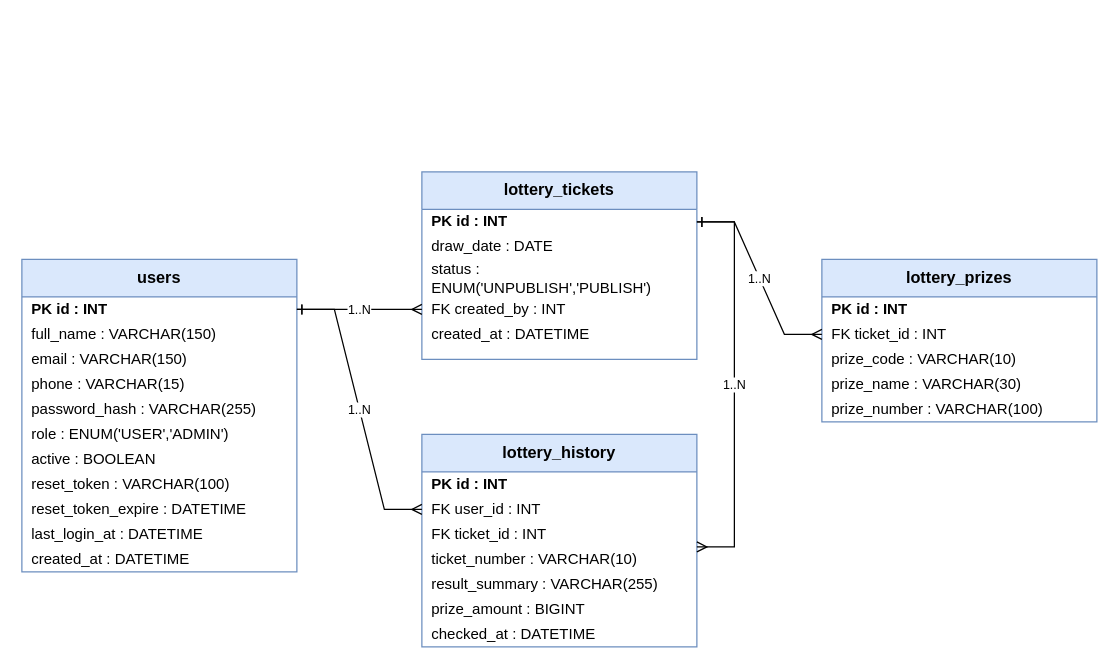
The draw.io diagram Task_04/DucNVFX14814_ERD.drawio in DucNVFX14814/LAB301x_01, before the edit. Source tidied: cells renumbered, new cells numbered last; positions are measured from the earlier drawing's top-left corner, leaving out a move shared by most shapes. Both pictures are drawn from the tidied source at 125%, with x=0, y=0 at pixel (21, 171).
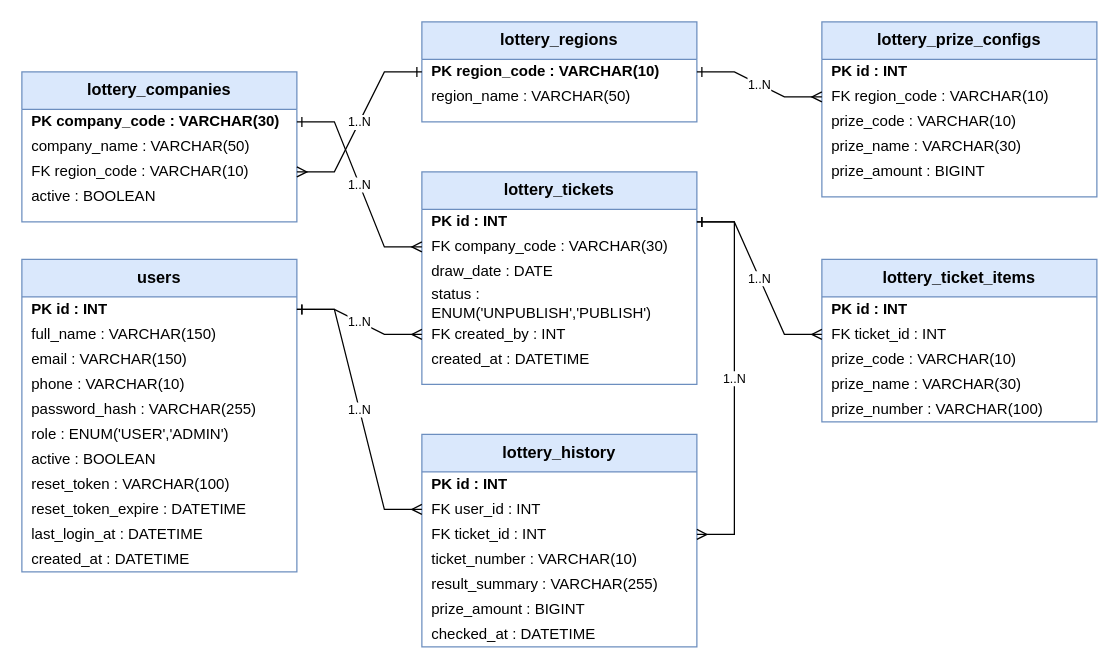
The same page after the edit.

The change refers to these unchanged cells:
```xml
<mxCell id="2" value="users" style="swimlane;fontStyle=1;align=center;verticalAlign=top;horizontal=1;startSize=30;swimlaneFillColor=#ffffff;fillColor=#dae8fc;strokeColor=#6c8ebf;whiteSpace=wrap;html=1;fontSize=13;" parent="1" vertex="1">
  <mxGeometry y="70" width="220" height="250" as="geometry" />
</mxCell>
<mxCell id="15" value="PK  id : INT" style="text;strokeColor=none;fillColor=none;align=left;verticalAlign=middle;spacingLeft=6;fontSize=12;fontStyle=1;html=1;whiteSpace=wrap;" parent="14" vertex="1">
  <mxGeometry y="30" width="220" height="20" as="geometry" />
</mxCell>
<mxCell id="29" value="FK  ticket_id : INT" style="text;strokeColor=none;fillColor=none;align=left;verticalAlign=middle;spacingLeft=6;fontSize=12;fontStyle=0;html=1;whiteSpace=wrap;" parent="26" vertex="1">
  <mxGeometry y="70" width="220" height="20" as="geometry" />
</mxCell>
<mxCell id="30" value="     ticket_number : VARCHAR(10)" style="text;strokeColor=none;fillColor=none;align=left;verticalAlign=middle;spacingLeft=6;fontSize=12;fontStyle=0;html=1;whiteSpace=wrap;" parent="26" vertex="1">
  <mxGeometry y="90" width="220" height="20" as="geometry" />
</mxCell>
```

The edit, as a diff of the source:
```diff
@@
-    <mxCell id="6" value="     phone : VARCHAR(15)" style="text;strokeColor=none;fillColor=none;align=left;verticalAlign=middle;spacingLeft=6;fontSize=12;fontStyle=0;html=1;whiteSpace=wrap;" parent="2" vertex="1">
+    <mxCell id="6" value="     phone : VARCHAR(10)" style="text;strokeColor=none;fillColor=none;align=left;verticalAlign=middle;spacingLeft=6;fontSize=12;fontStyle=0;html=1;whiteSpace=wrap;" parent="2" vertex="1">
       <mxGeometry y="90" width="220" height="20" as="geometry" />
     </mxCell>
@@
     <mxCell id="14" value="lottery_tickets" style="swimlane;fontStyle=1;align=center;verticalAlign=top;horizontal=1;startSize=30;swimlaneFillColor=#ffffff;fillColor=#dae8fc;strokeColor=#6c8ebf;whiteSpace=wrap;html=1;fontSize=13;" parent="1" vertex="1">
-      <mxGeometry x="320" width="220" height="150" as="geometry" />
+      <mxGeometry x="320" width="220" height="170" as="geometry" />
     </mxCell>
@@
+    <mxCell id="38" value="FK  company_code : VARCHAR(30)" style="text;strokeColor=none;fillColor=none;align=left;verticalAlign=middle;spacingLeft=6;fontSize=12;fontStyle=0;html=1;whiteSpace=wrap;" parent="14" vertex="1">
+      <mxGeometry y="50" width="220" height="20" as="geometry" />
+    </mxCell>
     <mxCell id="16" value="     draw_date : DATE" style="text;strokeColor=none;fillColor=none;align=left;verticalAlign=middle;spacingLeft=6;fontSize=12;fontStyle=0;html=1;whiteSpace=wrap;" parent="14" vertex="1">
-      <mxGeometry y="50" width="220" height="20" as="geometry" />
+      <mxGeometry y="70" width="220" height="20" as="geometry" />
     </mxCell>
     <mxCell id="17" value="     status : ENUM('UNPUBLISH','PUBLISH')" style="text;strokeColor=none;fillColor=none;align=left;verticalAlign=middle;spacingLeft=6;fontSize=12;fontStyle=0;html=1;whiteSpace=wrap;" parent="14" vertex="1">
-      <mxGeometry y="70" width="220" height="30" as="geometry" />
+      <mxGeometry y="90" width="220" height="30" as="geometry" />
     </mxCell>
     <mxCell id="18" value="FK  created_by : INT" style="text;strokeColor=none;fillColor=none;align=left;verticalAlign=middle;spacingLeft=6;fontSize=12;fontStyle=0;html=1;whiteSpace=wrap;" parent="14" vertex="1">
-      <mxGeometry y="100" width="220" height="20" as="geometry" />
+      <mxGeometry y="120" width="220" height="20" as="geometry" />
     </mxCell>
     <mxCell id="19" value="     created_at : DATETIME" style="text;strokeColor=none;fillColor=none;align=left;verticalAlign=middle;spacingLeft=6;fontSize=12;fontStyle=0;html=1;whiteSpace=wrap;" parent="14" vertex="1">
-      <mxGeometry y="120" width="220" height="20" as="geometry" />
+      <mxGeometry y="140" width="220" height="20" as="geometry" />
     </mxCell>
-    <mxCell id="20" value="lottery_prizes" style="swimlane;fontStyle=1;align=center;verticalAlign=top;horizontal=1;startSize=30;swimlaneFillColor=#ffffff;fillColor=#dae8fc;strokeColor=#6c8ebf;whiteSpace=wrap;html=1;fontSize=13;" parent="1" vertex="1">
+    <mxCell id="20" value="lottery_ticket_items" style="swimlane;fontStyle=1;align=center;verticalAlign=top;horizontal=1;startSize=30;swimlaneFillColor=#ffffff;fillColor=#dae8fc;strokeColor=#6c8ebf;whiteSpace=wrap;html=1;fontSize=13;" parent="1" vertex="1">
       <mxGeometry x="640" y="70" width="220" height="130" as="geometry" />
     </mxCell>
@@
+    <mxCell id="39" value="lottery_companies" style="swimlane;fontStyle=1;align=center;verticalAlign=top;horizontal=1;startSize=30;swimlaneFillColor=#ffffff;fillColor=#dae8fc;strokeColor=#6c8ebf;whiteSpace=wrap;html=1;fontSize=13;" parent="1" vertex="1">
+      <mxGeometry y="-80" width="220" height="120" as="geometry" />
+    </mxCell>
+    <mxCell id="40" value="PK  company_code : VARCHAR(30)" style="text;strokeColor=none;fillColor=none;align=left;verticalAlign=middle;spacingLeft=6;fontSize=12;fontStyle=1;html=1;whiteSpace=wrap;" parent="39" vertex="1">
+      <mxGeometry y="30" width="220" height="20" as="geometry" />
+    </mxCell>
+    <mxCell id="41" value="     company_name : VARCHAR(50)" style="text;strokeColor=none;fillColor=none;align=left;verticalAlign=middle;spacingLeft=6;fontSize=12;fontStyle=0;html=1;whiteSpace=wrap;" parent="39" vertex="1">
+      <mxGeometry y="50" width="220" height="20" as="geometry" />
+    </mxCell>
+    <mxCell id="42" value="FK  region_code : VARCHAR(10)" style="text;strokeColor=none;fillColor=none;align=left;verticalAlign=middle;spacingLeft=6;fontSize=12;fontStyle=0;html=1;whiteSpace=wrap;" parent="39" vertex="1">
+      <mxGeometry y="70" width="220" height="20" as="geometry" />
+    </mxCell>
+    <mxCell id="43" value="     active : BOOLEAN" style="text;strokeColor=none;fillColor=none;align=left;verticalAlign=middle;spacingLeft=6;fontSize=12;fontStyle=0;html=1;whiteSpace=wrap;" parent="39" vertex="1">
+      <mxGeometry y="90" width="220" height="20" as="geometry" />
+    </mxCell>
+    <mxCell id="44" value="lottery_regions" style="swimlane;fontStyle=1;align=center;verticalAlign=top;horizontal=1;startSize=30;swimlaneFillColor=#ffffff;fillColor=#dae8fc;strokeColor=#6c8ebf;whiteSpace=wrap;html=1;fontSize=13;" parent="1" vertex="1">
+      <mxGeometry x="320" y="-120" width="220" height="80" as="geometry" />
+    </mxCell>
+    <mxCell id="45" value="PK  region_code : VARCHAR(10)" style="text;strokeColor=none;fillColor=none;align=left;verticalAlign=middle;spacingLeft=6;fontSize=12;fontStyle=1;html=1;whiteSpace=wrap;" parent="44" vertex="1">
+      <mxGeometry y="30" width="220" height="20" as="geometry" />
+    </mxCell>
+    <mxCell id="46" value="     region_name : VARCHAR(50)" style="text;strokeColor=none;fillColor=none;align=left;verticalAlign=middle;spacingLeft=6;fontSize=12;fontStyle=0;html=1;whiteSpace=wrap;" parent="44" vertex="1">
+      <mxGeometry y="50" width="220" height="20" as="geometry" />
+    </mxCell>
+    <mxCell id="47" value="lottery_prize_configs" style="swimlane;fontStyle=1;align=center;verticalAlign=top;horizontal=1;startSize=30;swimlaneFillColor=#ffffff;fillColor=#dae8fc;strokeColor=#6c8ebf;whiteSpace=wrap;html=1;fontSize=13;" parent="1" vertex="1">
+      <mxGeometry x="640" y="-120" width="220" height="140" as="geometry" />
+    </mxCell>
+    <mxCell id="48" value="PK  id : INT" style="text;strokeColor=none;fillColor=none;align=left;verticalAlign=middle;spacingLeft=6;fontSize=12;fontStyle=1;html=1;whiteSpace=wrap;" parent="47" vertex="1">
+      <mxGeometry y="30" width="220" height="20" as="geometry" />
+    </mxCell>
+    <mxCell id="49" value="FK  region_code : VARCHAR(10)" style="text;strokeColor=none;fillColor=none;align=left;verticalAlign=middle;spacingLeft=6;fontSize=12;fontStyle=0;html=1;whiteSpace=wrap;" parent="47" vertex="1">
+      <mxGeometry y="50" width="220" height="20" as="geometry" />
+    </mxCell>
+    <mxCell id="50" value="     prize_code : VARCHAR(10)" style="text;strokeColor=none;fillColor=none;align=left;verticalAlign=middle;spacingLeft=6;fontSize=12;fontStyle=0;html=1;whiteSpace=wrap;" parent="47" vertex="1">
+      <mxGeometry y="70" width="220" height="20" as="geometry" />
+    </mxCell>
+    <mxCell id="51" value="     prize_name : VARCHAR(30)" style="text;strokeColor=none;fillColor=none;align=left;verticalAlign=middle;spacingLeft=6;fontSize=12;fontStyle=0;html=1;whiteSpace=wrap;" parent="47" vertex="1">
+      <mxGeometry y="90" width="220" height="20" as="geometry" />
+    </mxCell>
+    <mxCell id="52" value="     prize_amount : BIGINT" style="text;strokeColor=none;fillColor=none;align=left;verticalAlign=middle;spacingLeft=6;fontSize=12;fontStyle=0;html=1;whiteSpace=wrap;" parent="47" vertex="1">
+      <mxGeometry y="110" width="220" height="20" as="geometry" />
+    </mxCell>
@@
-    <mxCell id="37" value="1..N" style="edgeStyle=entityRelationEdgeStyle;fontSize=10;html=1;endArrow=none;startArrow=ERone;startFill=0;endArrow=ERmany;endFill=0;rounded=0;exitX=1;exitY=0.5;exitDx=0;exitDy=0;entryX=1;entryY=0;entryDx=0;entryDy=0;" parent="1" edge="1" source="15" target="30">
+    <mxCell id="37" value="1..N" style="edgeStyle=entityRelationEdgeStyle;fontSize=10;html=1;endArrow=none;startArrow=ERone;startFill=0;endArrow=ERmany;endFill=0;rounded=0;exitX=1;exitY=0.5;exitDx=0;exitDy=0;entryX=1;entryY=0.5;entryDx=0;entryDy=0;" parent="1" edge="1" source="15" target="29">
       <mxGeometry relative="1" as="geometry" />
     </mxCell>
+    <mxCell id="53" value="1..N" style="edgeStyle=entityRelationEdgeStyle;fontSize=10;html=1;endArrow=none;startArrow=ERone;startFill=0;endArrow=ERmany;endFill=0;rounded=0;exitX=1;exitY=0.5;exitDx=0;exitDy=0;entryX=0;entryY=0.5;entryDx=0;entryDy=0;" parent="1" edge="1" source="45" target="49">
+      <mxGeometry relative="1" as="geometry" />
+    </mxCell>
+    <mxCell id="54" value="1..N" style="edgeStyle=entityRelationEdgeStyle;fontSize=10;html=1;endArrow=none;startArrow=ERone;startFill=0;endArrow=ERmany;endFill=0;rounded=0;exitX=1;exitY=0.5;exitDx=0;exitDy=0;entryX=0;entryY=0.5;entryDx=0;entryDy=0;" parent="1" edge="1" source="40" target="38">
+      <mxGeometry relative="1" as="geometry" />
+    </mxCell>
+    <mxCell id="55" value="1..N" style="edgeStyle=entityRelationEdgeStyle;fontSize=10;html=1;endArrow=none;startArrow=ERone;startFill=0;endArrow=ERmany;endFill=0;rounded=0;exitX=0;exitY=0.5;exitDx=0;exitDy=0;entryX=1;entryY=0.5;entryDx=0;entryDy=0;" parent="1" edge="1" source="45" target="42">
+      <mxGeometry relative="1" as="geometry" />
+    </mxCell>
```
